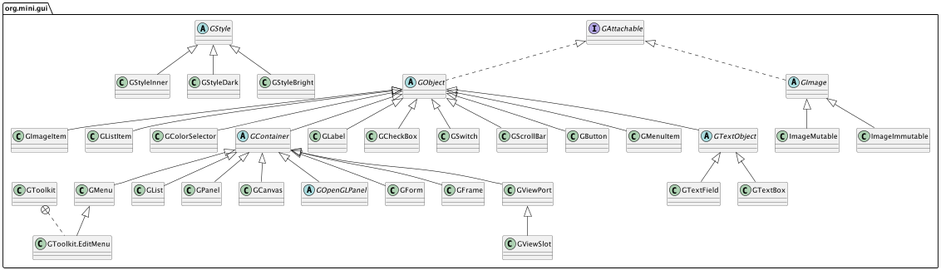
Earlier version of the PlantUML export screenshot/doc_gui_arch.png (digitalgust/miniJVM). Its diagram source:
```plantuml
@startuml
class org.mini.gui.ImageImmutable {
}
class org.mini.gui.GForm {
}
class org.mini.gui.GImageItem {
}
class org.mini.gui.GFrame {
}
class org.mini.gui.GViewPort {
}
class org.mini.gui.GListItem {
}
class org.mini.gui.GTextBox {
}
class org.mini.gui.GColorSelector {
}
class org.mini.gui.GMenu {
}
class org.mini.gui.GList {
}
abstract class org.mini.gui.GContainer {
}
class org.mini.gui.GLabel {
}
class org.mini.gui.GCheckBox {
}
class org.mini.gui.GTextField {
}
class org.mini.gui.GSwitch {
}
interface org.mini.gui.GAttachable {
}
class org.mini.gui.GViewSlot {
}
class org.mini.gui.GScrollBar {
}
abstract class org.mini.gui.GImage {
}
class org.mini.gui.GButton {
}
class org.mini.gui.GPanel {
}
class org.mini.gui.ImageMutable {
}
abstract class org.mini.gui.GObject {
}
class org.mini.gui.GCanvas {
}
abstract class org.mini.gui.GOpenGLPanel {
}
class org.mini.gui.GMenuItem {
}
class org.mini.gui.GToolkit {
}
class org.mini.gui.GToolkit.EditMenu {
}
abstract class org.mini.gui.GTextObject {
}
abstract class org.mini.gui.GStyle {
}
class org.mini.gui.GStyleDark {
}
class org.mini.gui.GStyleBright {
}
class org.mini.gui.GStyleInner {
}


org.mini.gui.GImage <|-- org.mini.gui.ImageImmutable
org.mini.gui.GStyle <|-- org.mini.gui.GStyleInner
org.mini.gui.GToolkit +.. org.mini.gui.GToolkit.EditMenu
org.mini.gui.GMenu <|-- org.mini.gui.GToolkit.EditMenu
org.mini.gui.GContainer <|-- org.mini.gui.GForm
org.mini.gui.GObject <|-- org.mini.gui.GImageItem
org.mini.gui.GContainer <|-- org.mini.gui.GFrame
org.mini.gui.GContainer <|-- org.mini.gui.GViewPort
org.mini.gui.GObject <|-- org.mini.gui.GListItem
org.mini.gui.GStyle <|-- org.mini.gui.GStyleBright
org.mini.gui.GTextObject <|-- org.mini.gui.GTextBox
org.mini.gui.GObject <|-- org.mini.gui.GColorSelector
org.mini.gui.GObject <|-- org.mini.gui.GMenuItem
org.mini.gui.GContainer <|-- org.mini.gui.GList
org.mini.gui.GObject <|-- org.mini.gui.GLabel
org.mini.gui.GObject <|-- org.mini.gui.GCheckBox
org.mini.gui.GTextObject <|-- org.mini.gui.GTextField
org.mini.gui.GObject <|-- org.mini.gui.GSwitch
org.mini.gui.GViewPort <|-- org.mini.gui.GViewSlot
org.mini.gui.GObject <|-- org.mini.gui.GTextObject
org.mini.gui.GObject <|-- org.mini.gui.GScrollBar
org.mini.gui.GContainer <|-- org.mini.gui.GMenu
org.mini.gui.GAttachable <|.. org.mini.gui.GImage
org.mini.gui.GObject <|-- org.mini.gui.GButton
org.mini.gui.GContainer <|-- org.mini.gui.GPanel
org.mini.gui.GObject <|-- org.mini.gui.GContainer
org.mini.gui.GImage <|-- org.mini.gui.ImageMutable
org.mini.gui.GAttachable <|.. org.mini.gui.GObject
org.mini.gui.GStyle <|-- org.mini.gui.GStyleDark
org.mini.gui.GContainer <|-- org.mini.gui.GCanvas
org.mini.gui.GContainer <|-- org.mini.gui.GOpenGLPanel
@enduml
```
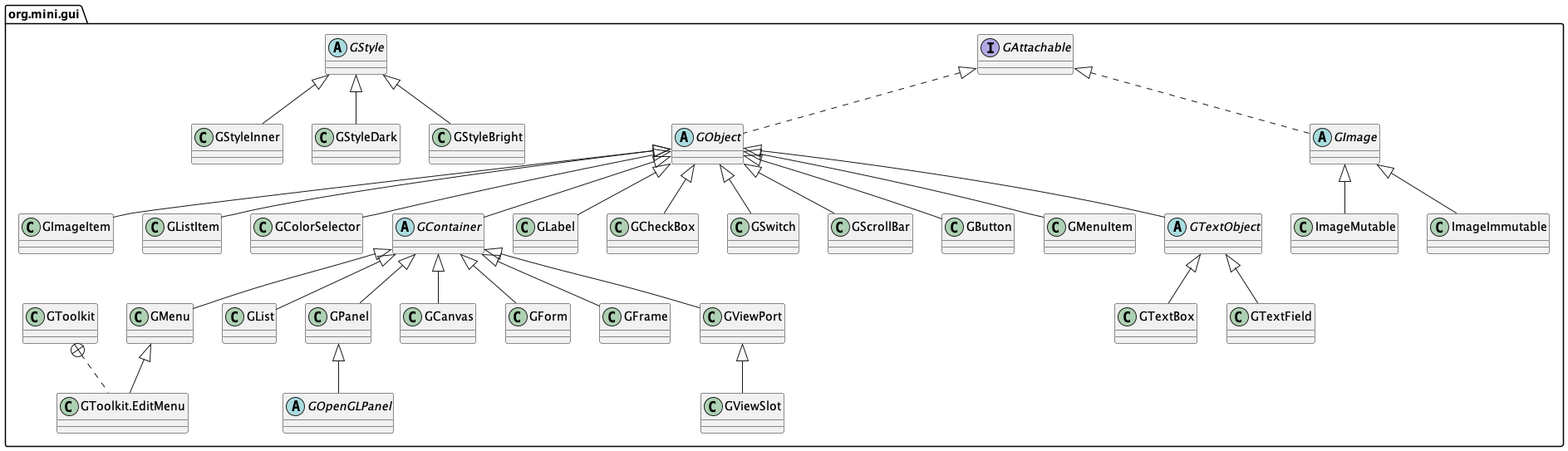
Above is the later version.

What changed in the source:
```diff
@@ -97,5 +97,5 @@
 org.mini.gui.GAttachable <|.. org.mini.gui.GObject
 org.mini.gui.GStyle <|-- org.mini.gui.GStyleDark
 org.mini.gui.GContainer <|-- org.mini.gui.GCanvas
-org.mini.gui.GContainer <|-- org.mini.gui.GOpenGLPanel
+org.mini.gui.GPanel <|-- org.mini.gui.GOpenGLPanel
 @enduml
```
